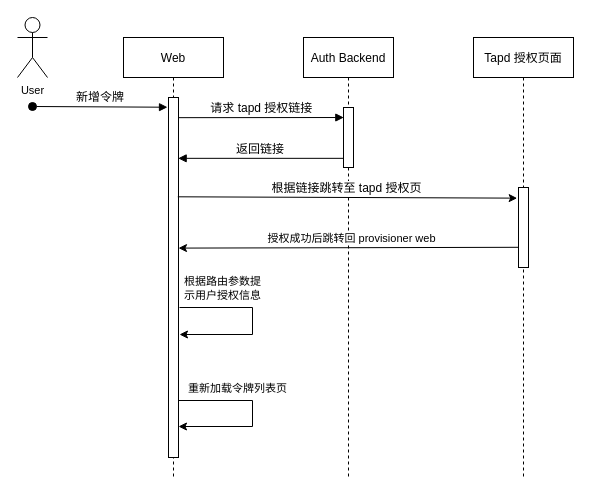
Earlier version of the draw.io diagram Untitled Diagram.drawio (delaprada/draw.io). Source tidied: cells renumbered, new cells numbered last; positions are measured from the earlier drawing's top-left corner, leaving out a move shared by most shapes. Both pictures are drawn from the tidied source at 100%, with x=0, y=0 at pixel (17, 17).
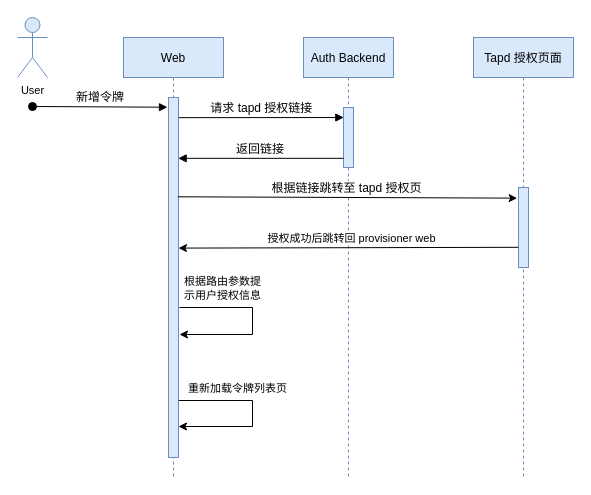
After the change.

The edit, as a diff of the source:
```diff
@@
-    <mxCell id="2" value="Web" style="shape=umlLifeline;perimeter=lifelinePerimeter;rounded=0;shadow=0;strokeWidth=1;" parent="1" vertex="1">
+    <mxCell id="2" value="Web" style="shape=umlLifeline;perimeter=lifelinePerimeter;rounded=0;shadow=0;strokeWidth=1;fillColor=#dae8fc;strokeColor=#6c8ebf;" parent="1" vertex="1">
       <mxGeometry x="106" y="20" width="100" height="440" as="geometry" />
     </mxCell>
@@
-    <mxCell id="4" style="points=[];perimeter=orthogonalPerimeter;rounded=0;shadow=0;strokeWidth=1;" parent="2" vertex="1">
+    <mxCell id="4" style="points=[];perimeter=orthogonalPerimeter;rounded=0;shadow=0;strokeWidth=1;fillColor=#dae8fc;strokeColor=#6c8ebf;" parent="2" vertex="1">
       <mxGeometry x="45" y="60" width="10" height="360" as="geometry" />
     </mxCell>
@@
-    <mxCell id="9" value="Auth Backend" style="shape=umlLifeline;perimeter=lifelinePerimeter;rounded=0;shadow=0;strokeWidth=1;" parent="1" vertex="1">
+    <mxCell id="9" value="Auth Backend" style="shape=umlLifeline;perimeter=lifelinePerimeter;rounded=0;shadow=0;strokeWidth=1;fillColor=#dae8fc;strokeColor=#6c8ebf;" parent="1" vertex="1">
       <mxGeometry x="286" y="20" width="90" height="440" as="geometry" />
     </mxCell>
-    <mxCell id="10" style="points=[];perimeter=orthogonalPerimeter;rounded=0;shadow=0;strokeWidth=1;" parent="9" vertex="1">
+    <mxCell id="10" style="points=[];perimeter=orthogonalPerimeter;rounded=0;shadow=0;strokeWidth=1;fillColor=#dae8fc;strokeColor=#6c8ebf;" parent="9" vertex="1">
       <mxGeometry x="40" y="70" width="10" height="60" as="geometry" />
     </mxCell>
@@
-    <mxCell id="13" value="Tapd 授权页面" style="shape=umlLifeline;perimeter=lifelinePerimeter;rounded=0;shadow=0;strokeWidth=1;" parent="1" vertex="1">
+    <mxCell id="13" value="Tapd 授权页面" style="shape=umlLifeline;perimeter=lifelinePerimeter;rounded=0;shadow=0;strokeWidth=1;fillColor=#dae8fc;strokeColor=#6c8ebf;" parent="1" vertex="1">
       <mxGeometry x="456" y="20" width="100" height="440" as="geometry" />
     </mxCell>
-    <mxCell id="14" style="points=[];perimeter=orthogonalPerimeter;rounded=0;shadow=0;strokeWidth=1;" parent="13" vertex="1">
+    <mxCell id="14" style="points=[];perimeter=orthogonalPerimeter;rounded=0;shadow=0;strokeWidth=1;fillColor=#dae8fc;strokeColor=#6c8ebf;" parent="13" vertex="1">
       <mxGeometry x="45" y="150" width="10" height="80" as="geometry" />
     </mxCell>
@@
-    <mxCell id="19" value="User" style="shape=umlActor;verticalLabelPosition=bottom;verticalAlign=top;html=1;fontSize=11;" parent="1" vertex="1">
+    <mxCell id="19" value="User" style="shape=umlActor;verticalLabelPosition=bottom;verticalAlign=top;html=1;fontSize=11;fillColor=#dae8fc;strokeColor=#6c8ebf;" parent="1" vertex="1">
       <mxGeometry width="30" height="60" as="geometry" />
     </mxCell>
```
